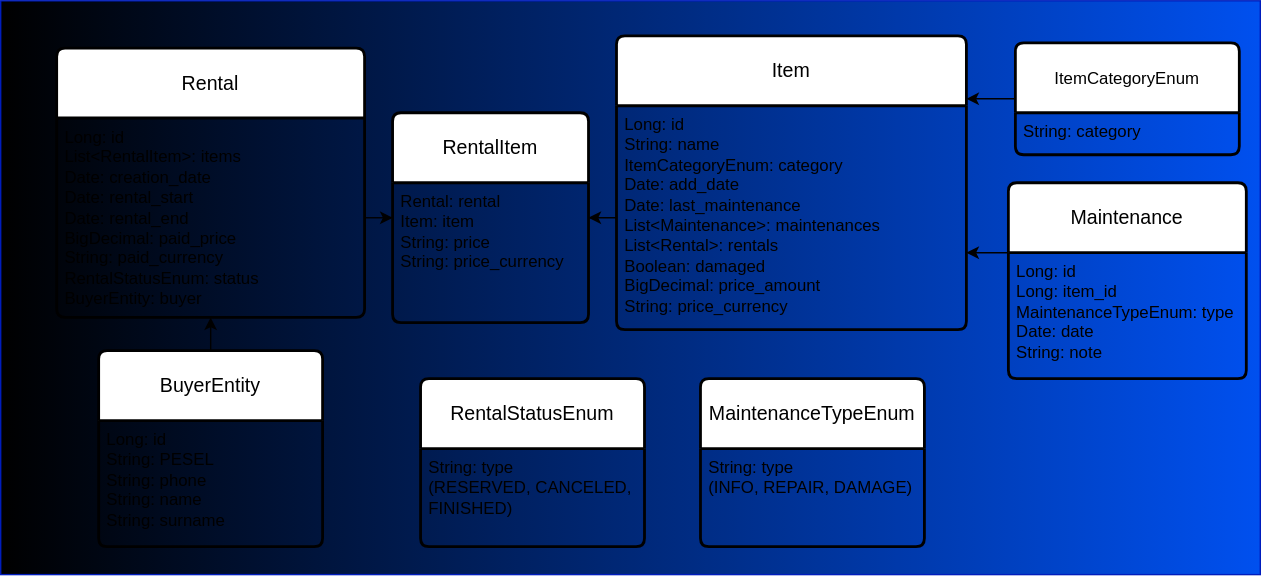
Before: HLD/images/database.svg, a diagram exported from draw.io (dawid-poradzinski/RentalManagementApp). Source tidied: cells renumbered, new cells last; positions are measured from the earlier drawing's top-left corner, leaving out a move shared by most shapes.
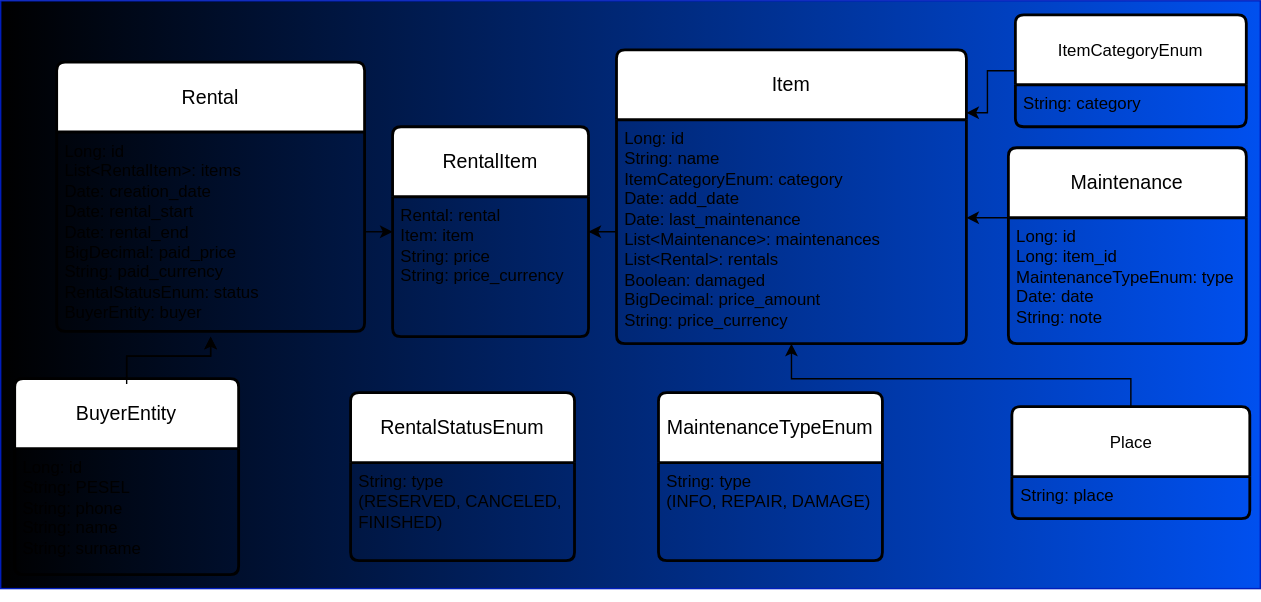
After the commit.

The edit, as a diff of the source:
```diff
@@ -6,13 +6,13 @@
       <mxGeometry relative="1" as="geometry" />
     </mxCell>
     <mxCell id="3" style="rounded=0;whiteSpace=wrap;html=1;fillColor=#0050ef;fontColor=#ffffff;strokeColor=#001DBC;gradientColor=light-dark(#000000,#B327FF);gradientDirection=west;" parent="1" vertex="1">
-      <mxGeometry width="900" height="410" as="geometry" />
+      <mxGeometry y="-10" width="900" height="420" as="geometry" />
     </mxCell>
     <mxCell id="4" value="&lt;span style=&quot;font-size: 12px; text-align: left;&quot;&gt;ItemCategoryEnum&lt;/span&gt;" style="swimlane;horizontal=1;startSize=50;rounded=1;fontSize=14;fontStyle=0;strokeWidth=2;shadow=0;dashed=0;align=center;arcSize=4;whiteSpace=wrap;html=1;" parent="1" vertex="1">
-      <mxGeometry x="725" y="30" width="160" height="80" as="geometry" />
+      <mxGeometry x="725" width="165" height="80" as="geometry" />
     </mxCell>
     <mxCell id="5" value="String: category" style="align=left;strokeColor=none;fillColor=none;spacingLeft=4;spacingRight=4;fontSize=12;verticalAlign=top;html=1;whiteSpace=wrap;" parent="4" vertex="1">
-      <mxGeometry y="50" width="160" height="30" as="geometry" />
+      <mxGeometry y="50" width="165" height="30" as="geometry" />
     </mxCell>
     <mxCell id="6" value="Item" style="swimlane;horizontal=1;startSize=50;rounded=1;fontSize=14;fontStyle=0;strokeWidth=2;shadow=0;dashed=0;align=center;arcSize=4;whiteSpace=wrap;html=1;" parent="1" vertex="1">
       <mxGeometry x="440" y="25" width="250" height="210" as="geometry" />
@@ -24,13 +24,13 @@
       <mxGeometry relative="1" as="geometry" />
     </mxCell>
     <mxCell id="9" value="Maintenance" style="swimlane;horizontal=1;startSize=50;rounded=1;fontSize=14;fontStyle=0;strokeWidth=2;shadow=0;dashed=0;align=center;arcSize=4;whiteSpace=wrap;html=1;" parent="1" vertex="1">
-      <mxGeometry x="720" y="130" width="170" height="140" as="geometry" />
+      <mxGeometry x="720" y="95" width="170" height="140" as="geometry" />
     </mxCell>
     <mxCell id="10" value="Long: id&lt;div&gt;Long: item_id&lt;br&gt;&lt;div&gt;MaintenanceTypeEnum: type&lt;/div&gt;&lt;div&gt;Date: date&lt;/div&gt;&lt;div&gt;String: note&lt;/div&gt;&lt;/div&gt;" style="align=left;strokeColor=none;fillColor=none;spacingLeft=4;spacingRight=4;fontSize=12;verticalAlign=top;html=1;whiteSpace=wrap;" parent="9" vertex="1">
       <mxGeometry y="50" width="170" height="90" as="geometry" />
     </mxCell>
     <mxCell id="11" value="MaintenanceTypeEnum" style="swimlane;horizontal=1;startSize=50;rounded=1;fontSize=14;fontStyle=0;strokeWidth=2;shadow=0;dashed=0;align=center;arcSize=4;whiteSpace=wrap;html=1;" parent="1" vertex="1">
-      <mxGeometry x="500" y="270" width="160" height="120" as="geometry" />
+      <mxGeometry x="470" y="270" width="160" height="120" as="geometry" />
     </mxCell>
     <mxCell id="12" value="String: type&lt;br&gt;(INFO, REPAIR, DAMAGE)" style="align=left;strokeColor=none;fillColor=none;spacingLeft=4;spacingRight=4;fontSize=12;verticalAlign=top;html=1;whiteSpace=wrap;" parent="11" vertex="1">
       <mxGeometry y="50" width="160" height="70" as="geometry" />
@@ -42,16 +42,23 @@
       <mxGeometry y="50" width="220" height="142.5" as="geometry" />
     </mxCell>
     <mxCell id="15" value="RentalStatusEnum" style="swimlane;horizontal=1;startSize=50;rounded=1;fontSize=14;fontStyle=0;strokeWidth=2;shadow=0;dashed=0;align=center;arcSize=4;whiteSpace=wrap;html=1;" parent="1" vertex="1">
-      <mxGeometry x="300" y="270" width="160" height="120" as="geometry" />
+      <mxGeometry x="250" y="270" width="160" height="120" as="geometry" />
     </mxCell>
     <mxCell id="16" value="String: type&lt;br&gt;(RESERVED, CANCELED, FINISHED)&amp;nbsp;" style="align=left;strokeColor=none;fillColor=none;spacingLeft=4;spacingRight=4;fontSize=12;verticalAlign=top;html=1;whiteSpace=wrap;" parent="15" vertex="1">
       <mxGeometry y="50" width="160" height="70" as="geometry" />
     </mxCell>
-    <mxCell id="17" style="edgeStyle=orthogonalEdgeStyle;rounded=0;jettySize=auto;html=1;entryX=0.5;entryY=1;entryDx=0;entryDy=0;" parent="1" edge="1" source="18" target="14">
-      <mxGeometry relative="1" as="geometry" />
+    <mxCell id="17" style="edgeStyle=orthogonalEdgeStyle;rounded=0;orthogonalLoop=1;jettySize=auto;html=1;entryX=0.5;entryY=1;entryDx=0;entryDy=0;" parent="1" edge="1">
+      <mxGeometry relative="1" as="geometry">
+        <mxPoint x="90" y="263.8" as="sourcePoint" />
+        <mxPoint x="150" y="230" as="targetPoint" />
+        <Array as="points">
+          <mxPoint x="90" y="243.8" />
+          <mxPoint x="150" y="243.8" />
+        </Array>
+      </mxGeometry>
     </mxCell>
     <mxCell id="18" value="BuyerEntity" style="swimlane;horizontal=1;startSize=50;rounded=1;fontSize=14;fontStyle=0;strokeWidth=2;shadow=0;dashed=0;align=center;arcSize=4;whiteSpace=wrap;html=1;" parent="1" vertex="1">
-      <mxGeometry x="70" y="250" width="160" height="140" as="geometry" />
+      <mxGeometry x="10" y="260" width="160" height="140" as="geometry" />
     </mxCell>
     <mxCell id="19" value="Long: id&lt;div&gt;String: PESEL&lt;/div&gt;&lt;div&gt;String: phone&lt;br&gt;String: name&lt;br&gt;String: surname&lt;/div&gt;" style="align=left;strokeColor=none;fillColor=none;spacingLeft=4;spacingRight=4;fontSize=12;verticalAlign=top;html=1;whiteSpace=wrap;" parent="18" vertex="1">
       <mxGeometry y="50" width="160" height="90" as="geometry" />
@@ -63,7 +70,10 @@
     </mxCell>
     <mxCell id="21" style="edgeStyle=orthogonalEdgeStyle;rounded=0;jettySize=auto;html=1;exitX=0;exitY=0;exitDx=0;exitDy=0;" parent="1" edge="1" source="10">
       <mxGeometry relative="1" as="geometry">
-        <mxPoint x="690" y="180" as="targetPoint" />
+        <mxPoint x="690" y="145" as="targetPoint" />
+        <Array as="points">
+          <mxPoint x="690" y="145" />
+        </Array>
       </mxGeometry>
     </mxCell>
     <mxCell id="22" value="RentalItem" style="swimlane;horizontal=1;startSize=50;rounded=1;fontSize=14;fontStyle=0;strokeWidth=2;shadow=0;dashed=0;align=center;arcSize=4;whiteSpace=wrap;html=1;" parent="1" vertex="1">
@@ -78,5 +88,29 @@
     <mxCell id="25" style="edgeStyle=orthogonalEdgeStyle;rounded=0;jettySize=auto;html=1;entryX=0;entryY=0.5;entryDx=0;entryDy=0;" parent="1" edge="1" source="14" target="22">
       <mxGeometry relative="1" as="geometry" />
     </mxCell>
+    <mxCell id="26" style="edgeStyle=orthogonalEdgeStyle;rounded=0;orthogonalLoop=1;jettySize=auto;html=1;entryX=0.5;entryY=1;entryDx=0;entryDy=0;" parent="1" edge="1">
+      <mxGeometry relative="1" as="geometry">
+        <mxPoint x="90" y="263.8" as="sourcePoint" />
+        <mxPoint x="150" y="230" as="targetPoint" />
+        <Array as="points">
+          <mxPoint x="90" y="244" />
+          <mxPoint x="150" y="244" />
+        </Array>
+      </mxGeometry>
+    </mxCell>
+    <mxCell id="27" style="edgeStyle=orthogonalEdgeStyle;rounded=0;jettySize=auto;html=1;entryX=0.5;entryY=1;entryDx=0;entryDy=0;" parent="1" edge="1" source="28" target="7">
+      <mxGeometry relative="1" as="geometry">
+        <Array as="points">
+          <mxPoint x="807" y="260" />
+          <mxPoint x="565" y="260" />
+        </Array>
+      </mxGeometry>
+    </mxCell>
+    <mxCell id="28" value="&lt;span style=&quot;font-size: 12px; text-align: left;&quot;&gt;Place&lt;/span&gt;" style="swimlane;horizontal=1;startSize=50;rounded=1;fontSize=14;fontStyle=0;strokeWidth=2;shadow=0;dashed=0;align=center;arcSize=4;whiteSpace=wrap;html=1;" parent="1" vertex="1">
+      <mxGeometry x="722.5" y="280" width="170" height="80" as="geometry" />
+    </mxCell>
+    <mxCell id="29" value="String: place" style="align=left;strokeColor=none;fillColor=none;spacingLeft=4;spacingRight=4;fontSize=12;verticalAlign=top;html=1;whiteSpace=wrap;" parent="28" vertex="1">
+      <mxGeometry y="50" width="170" height="30" as="geometry" />
+    </mxCell>
   </root>
 </mxGraphModel>
```
